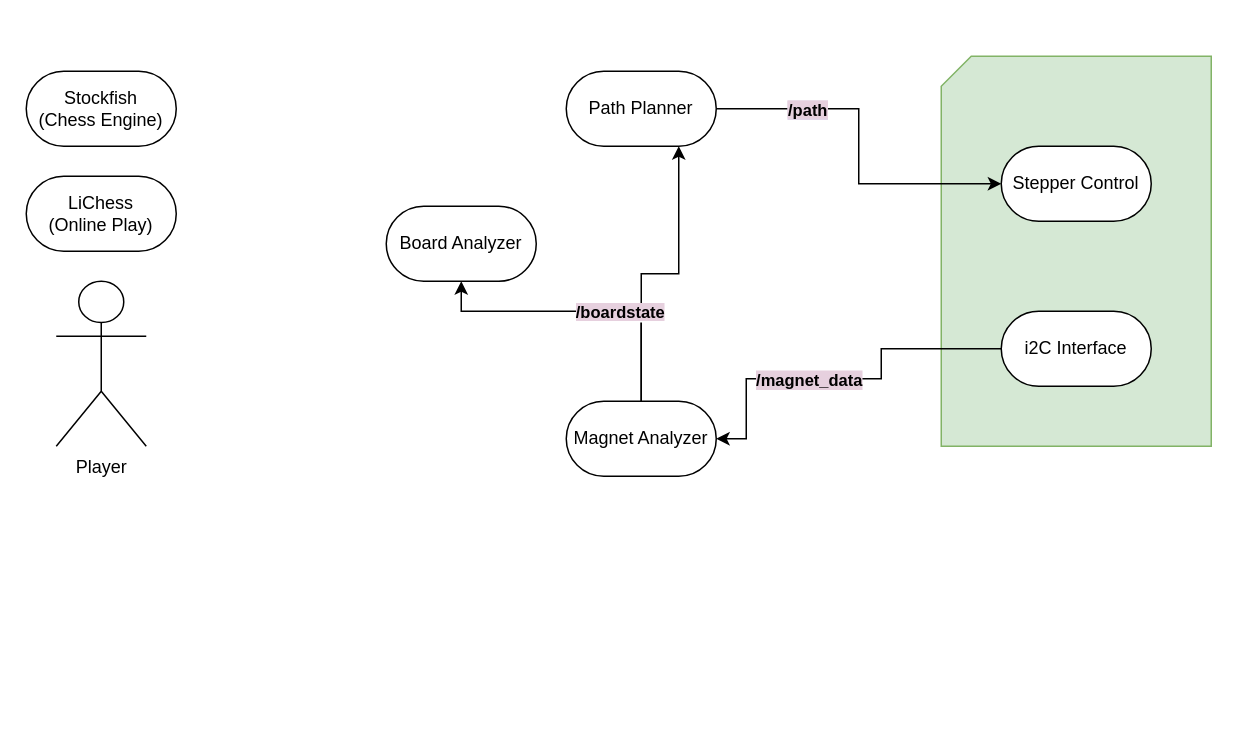
The draw.io diagram HighLevelDiagram.drawio in ut-ras/chessbot, before the edit. Source tidied: cells renumbered, new cells numbered last; positions are measured from the earlier drawing's top-left corner, leaving out a move shared by most shapes. Both pictures are drawn from the tidied source at 150%, with x=0, y=0 at pixel (26, 56). Pictures stored in the file or linked from it are replaced by grey dashed boxes.
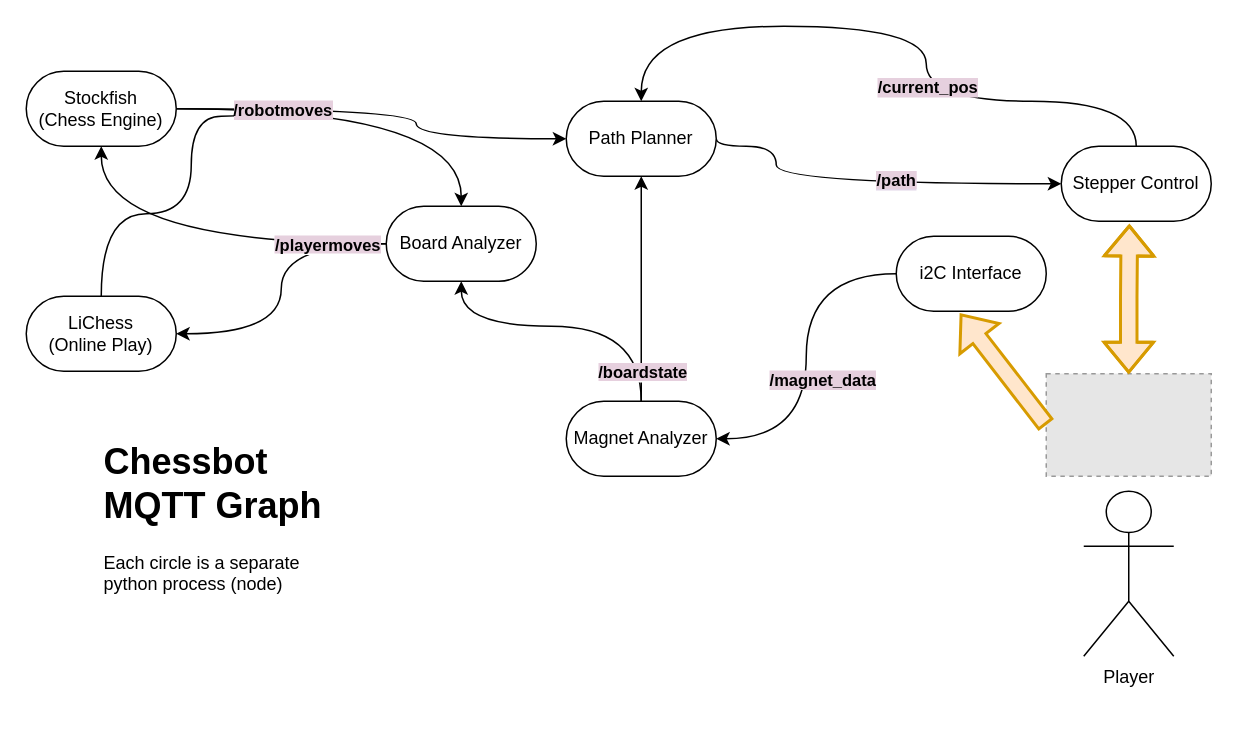
Above is the later version.

The change refers to these unchanged cells:
```xml
<mxCell id="7" value="&lt;div&gt;Stockfish&lt;/div&gt;&lt;div&gt;(Chess Engine)&lt;br&gt;&lt;/div&gt;" style="html=1;dashed=0;whiteSpace=wrap;rounded=1;arcSize=50;" parent="1" vertex="1">
  <mxGeometry y="10" width="100" height="50" as="geometry" />
</mxCell>
<mxCell id="9" value="&lt;div&gt;Board Analyzer&lt;/div&gt;" style="html=1;dashed=0;whiteSpace=wrap;rounded=1;arcSize=50;" parent="1" vertex="1">
  <mxGeometry x="240" y="100" width="100" height="50" as="geometry" />
</mxCell>
<mxCell id="12" value="Magnet Analyzer" style="html=1;dashed=0;whiteSpace=wrap;rounded=1;arcSize=50;" parent="1" vertex="1">
  <mxGeometry x="360" y="230" width="100" height="50" as="geometry" />
</mxCell>
```

Change to the diagram source:
```diff
@@
+    <mxCell id="18" style="edgeStyle=orthogonalEdgeStyle;rounded=0;jettySize=auto;html=1;curved=1;" parent="1" edge="1" source="8">
+      <mxGeometry relative="1" as="geometry">
+        <mxPoint x="150" y="30" as="targetPoint" />
+        <Array as="points">
+          <mxPoint x="110" y="105" />
+          <mxPoint x="110" y="40" />
+          <mxPoint x="150" y="40" />
+        </Array>
+      </mxGeometry>
+    </mxCell>
-    <mxCell id="2" style="edgeStyle=orthogonalEdgeStyle;rounded=0;jettySize=auto;html=1;exitX=0.5;exitY=0;exitDx=0;exitDy=0;entryX=0.75;entryY=1;entryDx=0;entryDy=0;" parent="1" edge="1" source="12" target="6">
+    <mxCell id="2" style="edgeStyle=orthogonalEdgeStyle;rounded=0;jettySize=auto;html=1;exitX=0.5;exitY=0;exitDx=0;exitDy=0;entryX=0.5;entryY=1;entryDx=0;entryDy=0;curved=1;" parent="1" edge="1" source="12" target="6">
       <mxGeometry relative="1" as="geometry" />
     </mxCell>
-    <mxCell id="3" style="verticalLabelPosition=bottom;verticalAlign=top;html=1;shape=card;whiteSpace=wrap;size=20;arcSize=12;fillColor=#d5e8d4;strokeColor=#82b366;" parent="1" vertex="1">
-      <mxGeometry x="610" width="180" height="260" as="geometry" />
-    </mxCell>
-    <mxCell id="4" style="edgeStyle=orthogonalEdgeStyle;rounded=0;jettySize=auto;html=1;exitX=1;exitY=0.5;exitDx=0;exitDy=0;entryX=0;entryY=0.5;entryDx=0;entryDy=0;" parent="1" edge="1" source="6" target="16">
-      <mxGeometry relative="1" as="geometry" />
+    <mxCell id="4" style="edgeStyle=orthogonalEdgeStyle;rounded=0;jettySize=auto;html=1;exitX=1;exitY=0.5;exitDx=0;exitDy=0;entryX=0;entryY=0.5;entryDx=0;entryDy=0;curved=1;" parent="1" edge="1" source="6" target="16">
+      <mxGeometry relative="1" as="geometry">
+        <Array as="points">
+          <mxPoint x="460" y="60" />
+          <mxPoint x="500" y="60" />
+          <mxPoint x="500" y="85" />
+        </Array>
+      </mxGeometry>
     </mxCell>
     <mxCell id="5" value="&lt;div&gt;&lt;span style=&quot;background-color: rgb(230, 208, 222);&quot;&gt;/path&lt;/span&gt;&lt;/div&gt;" style="edgeLabel;html=1;align=center;verticalAlign=middle;fontStyle=1;labelBackgroundColor=#E1D5E7;" parent="4" vertex="1">
       <mxGeometry x="-0.38" y="2" relative="1" as="geometry">
-        <mxPoint x="-14" y="2" as="offset" />
+        <mxPoint x="68" y="-1" as="offset" />
       </mxGeometry>
     </mxCell>
     <mxCell id="6" value="Path Planner" style="html=1;dashed=0;whiteSpace=wrap;rounded=1;arcSize=50;" parent="1" vertex="1">
-      <mxGeometry x="360" y="10" width="100" height="50" as="geometry" />
+      <mxGeometry x="360" y="30" width="100" height="50" as="geometry" />
     </mxCell>
+    <mxCell id="19" style="edgeStyle=orthogonalEdgeStyle;rounded=0;jettySize=auto;html=1;entryX=0;entryY=0.5;entryDx=0;entryDy=0;elbow=vertical;curved=1;" parent="1" edge="1" source="7" target="6">
+      <mxGeometry relative="1" as="geometry">
+        <Array as="points">
+          <mxPoint x="260" y="35" />
+          <mxPoint x="260" y="55" />
+        </Array>
+      </mxGeometry>
+    </mxCell>
+    <mxCell id="20" style="edgeStyle=orthogonalEdgeStyle;rounded=0;jettySize=auto;html=1;entryX=0.5;entryY=0;entryDx=0;entryDy=0;elbow=vertical;curved=1;" parent="1" edge="1" source="7" target="9">
+      <mxGeometry relative="1" as="geometry" />
+    </mxCell>
+    <mxCell id="21" value="&lt;div&gt;&lt;b&gt;/robotmoves&lt;/b&gt;&lt;/div&gt;" style="edgeLabel;html=1;align=center;verticalAlign=middle;labelBackgroundColor=#E6D0DE;" parent="20" vertex="1">
+      <mxGeometry x="-0.47" y="-1" relative="1" as="geometry">
+        <mxPoint x="2" y="-1" as="offset" />
+      </mxGeometry>
+    </mxCell>
@@
     <mxCell id="8" value="LiChess&lt;br&gt;(Online Play)" style="html=1;dashed=0;whiteSpace=wrap;rounded=1;arcSize=50;" parent="1" vertex="1">
-      <mxGeometry y="80" width="100" height="50" as="geometry" />
+      <mxGeometry y="160" width="100" height="50" as="geometry" />
     </mxCell>
+    <mxCell id="22" style="edgeStyle=orthogonalEdgeStyle;rounded=0;jettySize=auto;html=1;entryX=1;entryY=0.5;entryDx=0;entryDy=0;curved=1;" parent="1" edge="1" source="9" target="8">
+      <mxGeometry relative="1" as="geometry" />
+    </mxCell>
+    <mxCell id="23" style="edgeStyle=orthogonalEdgeStyle;rounded=0;jettySize=auto;html=1;entryX=0.5;entryY=1;entryDx=0;entryDy=0;curved=1;" parent="1" edge="1" source="9" target="7">
+      <mxGeometry relative="1" as="geometry" />
+    </mxCell>
+    <mxCell id="24" value="&lt;b style=&quot;background-color: rgb(230, 208, 222);&quot;&gt;/playermoves&lt;/b&gt;" style="edgeLabel;html=1;align=center;verticalAlign=middle;" parent="23" vertex="1">
+      <mxGeometry x="-0.02" y="-9" relative="1" as="geometry">
+        <mxPoint x="85" y="9" as="offset" />
+      </mxGeometry>
+    </mxCell>
@@
-    <mxCell id="10" style="edgeStyle=orthogonalEdgeStyle;rounded=0;jettySize=auto;html=1;entryX=0.5;entryY=1;entryDx=0;entryDy=0;" parent="1" edge="1" source="12" target="9">
+    <mxCell id="10" style="edgeStyle=orthogonalEdgeStyle;rounded=0;jettySize=auto;html=1;entryX=0.5;entryY=1;entryDx=0;entryDy=0;curved=1;" parent="1" edge="1" source="12" target="9">
       <mxGeometry relative="1" as="geometry">
         <Array as="points">
-          <mxPoint x="410" y="170" />
+          <mxPoint x="410" y="180" />
+          <mxPoint x="290" y="180" />
         </Array>
       </mxGeometry>
     </mxCell>
     <mxCell id="11" value="&lt;div&gt;&lt;b&gt;&lt;span style=&quot;background-color: rgb(230, 208, 222);&quot;&gt;/boardstate&lt;/span&gt;&lt;/b&gt;&lt;/div&gt;" style="edgeLabel;html=1;align=center;verticalAlign=middle;" parent="10" vertex="1">
       <mxGeometry x="-0.1" y="-3" relative="1" as="geometry">
-        <mxPoint x="15" y="3" as="offset" />
+        <mxPoint x="40" y="33" as="offset" />
       </mxGeometry>
     </mxCell>
@@
-    <mxCell id="13" style="edgeStyle=orthogonalEdgeStyle;rounded=0;jettySize=auto;html=1;entryX=1;entryY=0.5;entryDx=0;entryDy=0;" parent="1" edge="1" source="15" target="12">
-      <mxGeometry relative="1" as="geometry">
-        <Array as="points">
-          <mxPoint x="570" y="195" />
-          <mxPoint x="570" y="215" />
-          <mxPoint x="480" y="215" />
-          <mxPoint x="480" y="255" />
-        </Array>
-      </mxGeometry>
+    <mxCell id="13" style="edgeStyle=orthogonalEdgeStyle;rounded=0;jettySize=auto;html=1;entryX=1;entryY=0.5;entryDx=0;entryDy=0;curved=1;" parent="1" edge="1" source="15" target="12">
+      <mxGeometry relative="1" as="geometry" />
     </mxCell>
     <mxCell id="14" value="/magnet_data" style="edgeLabel;html=1;align=center;verticalAlign=middle;fontStyle=1;labelBackgroundColor=#E6D0DE;" parent="13" vertex="1">
       <mxGeometry x="0.45" y="2" relative="1" as="geometry">
-        <mxPoint x="32" y="-2" as="offset" />
+        <mxPoint x="8" y="-37" as="offset" />
       </mxGeometry>
     </mxCell>
     <mxCell id="15" value="&lt;div&gt;i2C Interface&lt;/div&gt;" style="html=1;dashed=0;whiteSpace=wrap;rounded=1;arcSize=50;" parent="1" vertex="1">
-      <mxGeometry x="650" y="170" width="100" height="50" as="geometry" />
+      <mxGeometry x="580" y="120" width="100" height="50" as="geometry" />
     </mxCell>
+    <mxCell id="25" style="edgeStyle=orthogonalEdgeStyle;rounded=0;jettySize=auto;html=1;curved=1;" parent="1" edge="1" source="16" target="6">
+      <mxGeometry relative="1" as="geometry">
+        <Array as="points">
+          <mxPoint x="740" y="30" />
+          <mxPoint x="600" y="30" />
+          <mxPoint x="600" y="-20" />
+          <mxPoint x="410" y="-20" />
+        </Array>
+      </mxGeometry>
+    </mxCell>
+    <mxCell id="26" value="&lt;div&gt;&lt;b&gt;/current_pos&lt;/b&gt;&lt;/div&gt;" style="edgeLabel;html=1;align=center;verticalAlign=middle;labelBackgroundColor=#E6D0DE;" parent="25" vertex="1">
+      <mxGeometry x="0.09" y="-1" relative="1" as="geometry">
+        <mxPoint x="31" y="41" as="offset" />
+      </mxGeometry>
+    </mxCell>
     <mxCell id="16" value="&lt;div&gt;Stepper Control&lt;/div&gt;" style="html=1;dashed=0;whiteSpace=wrap;rounded=1;arcSize=50;" parent="1" vertex="1">
-      <mxGeometry x="650" y="60" width="100" height="50" as="geometry" />
+      <mxGeometry x="690" y="60" width="100" height="50" as="geometry" />
     </mxCell>
     <mxCell id="17" value="&lt;div&gt;Player&lt;/div&gt;&lt;div&gt;&lt;br&gt;&lt;/div&gt;" style="shape=umlActor;verticalLabelPosition=bottom;verticalAlign=top;html=1;" parent="1" vertex="1">
-      <mxGeometry x="20" y="150" width="60" height="110" as="geometry" />
+      <mxGeometry x="705" y="290" width="60" height="110" as="geometry" />
     </mxCell>
+    <mxCell id="27" style="fillColor=#E6E6E6;strokeColor=#999999;dashed=1;verticalLabelPosition=bottom;verticalAlign=top;" parent="1" vertex="1">
+      <mxGeometry x="680" y="211.6" width="110" height="68.4" as="geometry" />
+    </mxCell>
+    <mxCell id="28" style="edgeStyle=orthogonalEdgeStyle;rounded=0;jettySize=auto;html=1;exitX=0.5;exitY=0;exitDx=0;exitDy=0;entryX=0.454;entryY=1.043;entryDx=0;entryDy=0;entryPerimeter=0;shape=flexArrow;startArrow=block;strokeWidth=2;fillColor=#ffe6cc;strokeColor=#d79b00;" parent="1" edge="1" source="27" target="16">
+      <mxGeometry relative="1" as="geometry" />
+    </mxCell>
+    <mxCell id="29" style="rounded=0;jettySize=auto;html=1;exitX=0;exitY=0.5;exitDx=0;exitDy=0;entryX=0.426;entryY=1.033;entryDx=0;entryDy=0;entryPerimeter=0;shape=flexArrow;elbow=vertical;strokeWidth=2;fillColor=#ffe6cc;strokeColor=#d79b00;" parent="1" edge="1" source="27" target="15">
+      <mxGeometry relative="1" as="geometry" />
+    </mxCell>
+    <mxCell id="30" value="&lt;h1 style=&quot;margin-top: 0px;&quot;&gt;Chessbot MQTT Graph&lt;br&gt;&lt;/h1&gt;&lt;p&gt;Each circle is a separate python process (node)&lt;br&gt;&lt;/p&gt;" style="text;html=1;whiteSpace=wrap;overflow=hidden;rounded=0;" parent="1" vertex="1">
+      <mxGeometry x="50" y="250" width="170" height="120" as="geometry" />
+    </mxCell>
```
